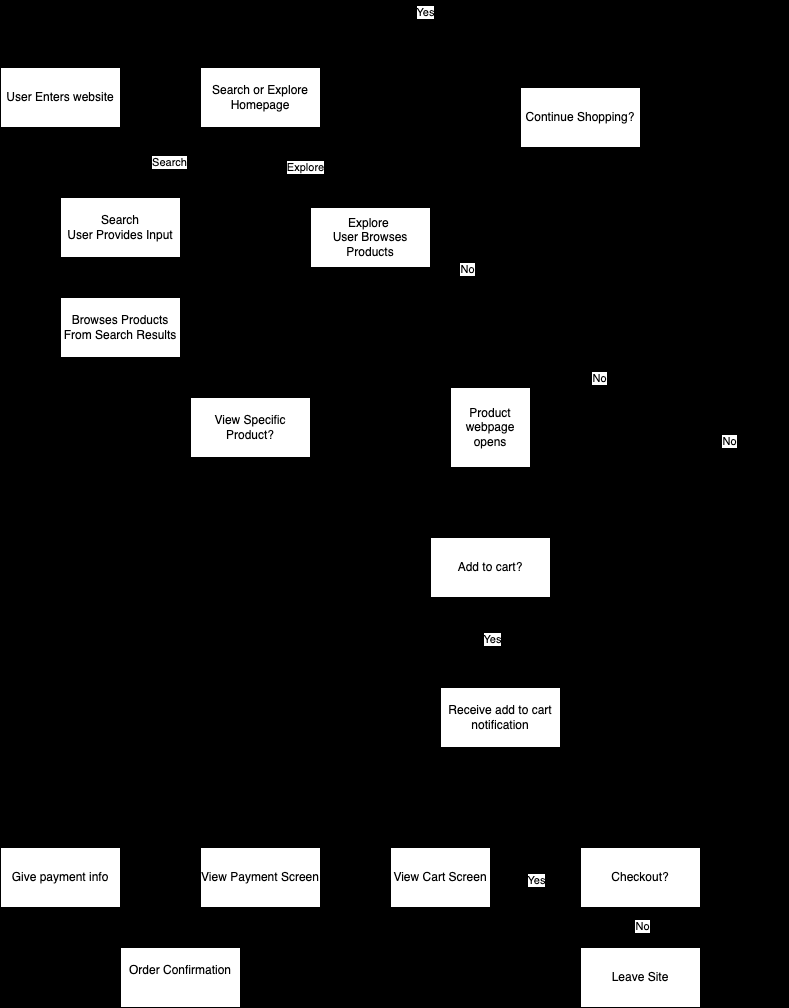
Above: explore/diagramming/diagram.drawio.png in Rohaansandhu/sp26-cse110-lab4 (draw.io), before the change. Source tidied: cells renumbered, new cells last; positions are measured from the earlier drawing's top-left corner, leaving out a move shared by most shapes.
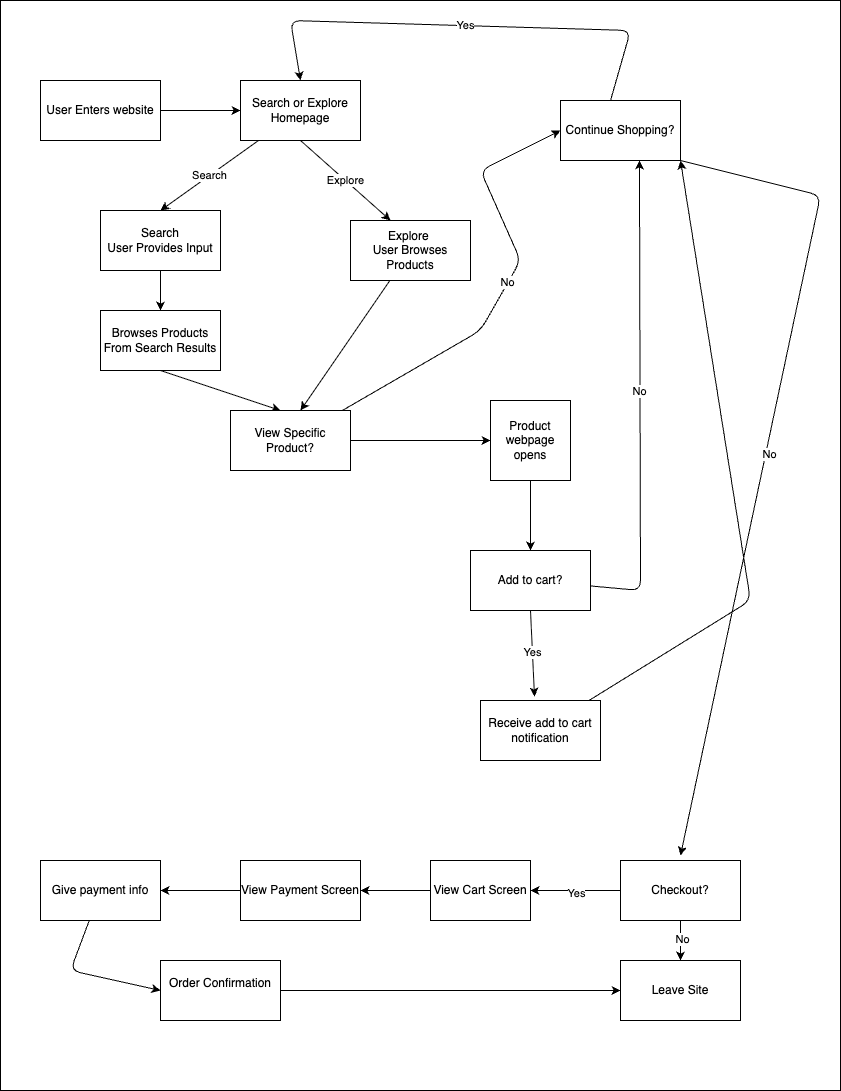
After the commit.

The edit, as a diff of the source:
```diff
@@ -2,6 +2,9 @@
   <root>
     <mxCell id="0" />
     <mxCell id="1" parent="0" />
+    <mxCell id="42" style="rounded=0;whiteSpace=wrap;html=1;" parent="1" vertex="1">
+      <mxGeometry x="-40" y="-20" width="840" height="1090" as="geometry" />
+    </mxCell>
     <mxCell id="2" style="edgeStyle=none;html=1;entryX=0;entryY=0.5;entryDx=0;entryDy=0;" parent="1" edge="1" source="3" target="6">
       <mxGeometry relative="1" as="geometry" />
     </mxCell>
```
